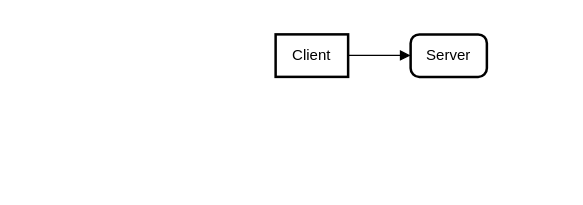
The draw.io diagram Client-server.drawio in costeamaria/Analiza-i-proiectare-sisteme-informatice, before the edit. Source tidied: cells renumbered, new cells numbered last; positions are measured from the earlier drawing's top-left corner, leaving out a move shared by most shapes. Both pictures are drawn from the tidied source at 125%, with x=0, y=0 at pixel (275, 34).
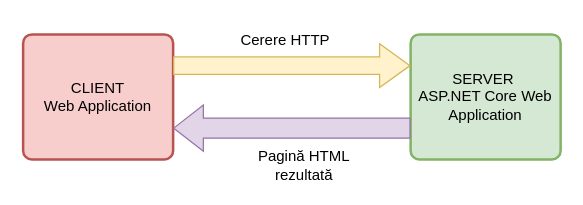
Above is the later version.

What changed in the source:
```diff
@@
 <mxGraphModel>
   <root>
     <mxCell id="0" />
     <mxCell id="1" parent="0" />
-    <mxCell id="2" value="Client" style="whiteSpace=wrap;strokeWidth=2;" parent="1" vertex="1">
-      <mxGeometry width="58" height="34" as="geometry" />
-    </mxCell>
-    <mxCell id="3" value="Server" style="rounded=1;absoluteArcSize=1;arcSize=14;whiteSpace=wrap;strokeWidth=2;" parent="1" vertex="1">
-      <mxGeometry x="108" width="61" height="34" as="geometry" />
+    <mxCell id="3" value="SERVER &#10;ASP.NET Core Web Application" style="rounded=1;absoluteArcSize=1;arcSize=14;whiteSpace=wrap;strokeWidth=2;fillColor=#d5e8d4;strokeColor=#82b366;" parent="1" vertex="1">
+      <mxGeometry x="108" width="120" height="100" as="geometry" />
     </mxCell>
-    <mxCell id="4" style="curved=1;startArrow=none;endArrow=block;exitX=0.9997755247971107;exitY=0.4950980579151827;entryX=-0.00021343543881275614;entryY=0.4950980579151827;" parent="1" edge="1" source="2" target="3">
-      <mxGeometry relative="1" as="geometry" />
-    </mxCell>
+    <mxCell id="5" style="curved=1;startArrow=none;endArrow=block;exitX=0.9997755247971107;exitY=0.4950980579151827;entryX=-0.00021343543881275614;entryY=0.4950980579151827;" parent="1" edge="1" target="6">
+      <mxGeometry relative="1" as="geometry">
+        <mxPoint x="-144" y="36.8" as="sourcePoint" />
+      </mxGeometry>
+    </mxCell>
+    <mxCell id="6" value="CLIENT&#10;Web Application" style="rounded=1;absoluteArcSize=1;arcSize=14;whiteSpace=wrap;strokeWidth=2;fillColor=#f8cecc;strokeColor=#b85450;" parent="1" vertex="1">
+      <mxGeometry x="-202" width="120" height="100" as="geometry" />
+    </mxCell>
+    <mxCell id="7" style="shape=flexArrow;endArrow=classic;html=1;rounded=0;width=14;endSize=7.78;exitX=1;exitY=0.25;exitDx=0;exitDy=0;entryX=0;entryY=0.25;entryDx=0;entryDy=0;fillColor=#fff2cc;strokeColor=#d6b656;" parent="1" edge="1" source="6" target="3">
+      <mxGeometry relative="1" as="geometry" />
+    </mxCell>
+    <mxCell id="8" value="Cerere HTTP" style="text;html=1;align=center;verticalAlign=middle;whiteSpace=wrap;rounded=0;" parent="1" vertex="1">
+      <mxGeometry x="-32" y="-10" width="80" height="30" as="geometry" />
+    </mxCell>
+    <mxCell id="9" style="shape=flexArrow;endArrow=classic;html=1;rounded=0;exitX=0;exitY=0.75;exitDx=0;exitDy=0;entryX=1;entryY=0.75;entryDx=0;entryDy=0;fillColor=#e1d5e7;strokeColor=#9673a6;width=16;endSize=7.56;" parent="1" edge="1" source="3" target="6">
+      <mxGeometry relative="1" as="geometry" />
+    </mxCell>
+    <mxCell id="10" value="Pagină HTML rezultată" style="text;html=1;strokeColor=none;fillColor=none;align=center;verticalAlign=middle;whiteSpace=wrap;rounded=0;" parent="1" vertex="1">
+      <mxGeometry x="-22" y="90" width="90" height="30" as="geometry" />
+    </mxCell>
   </root>
 </mxGraphModel>
```
